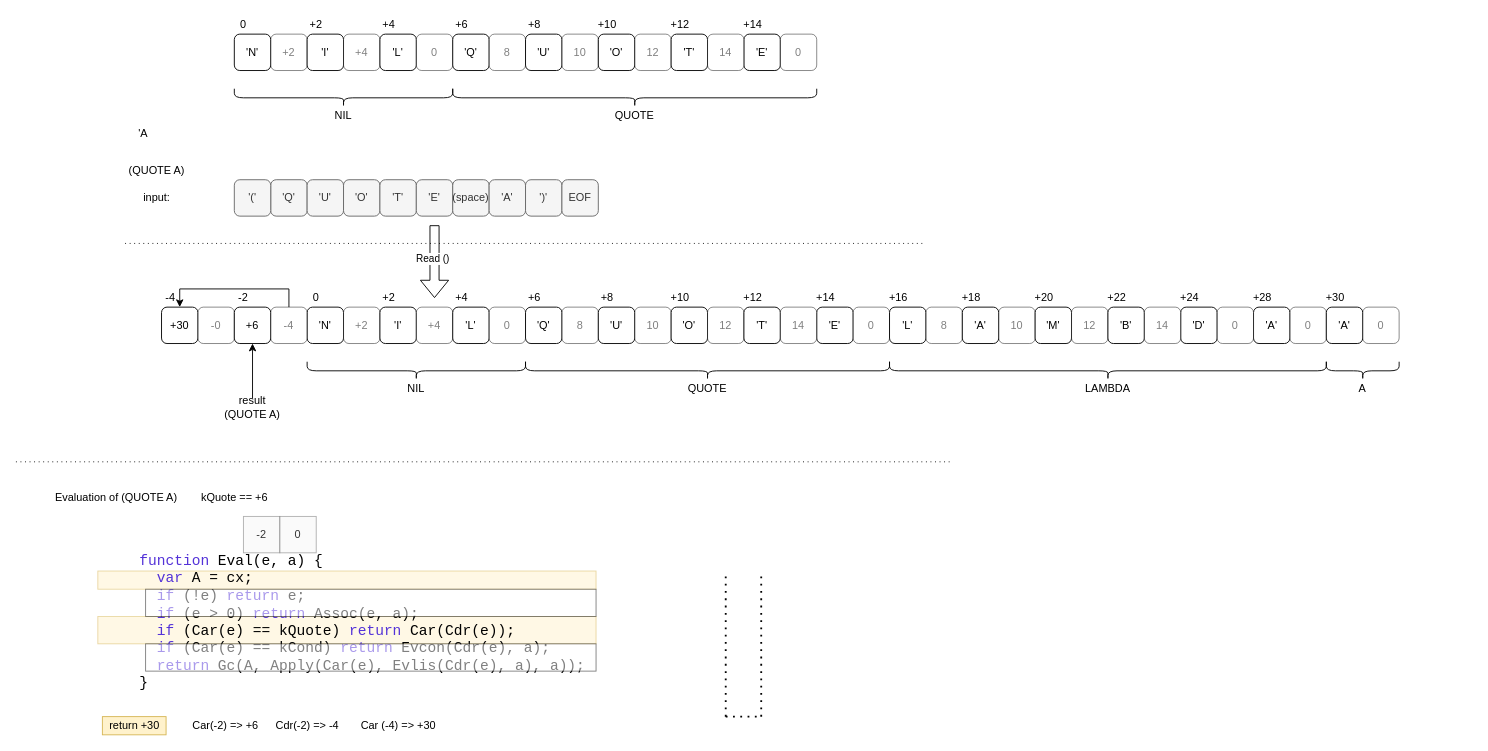
guitarvydas/ptsectorlisp keeps this draw.io diagram as page "example 1" (2 of 11) of SectorLisp.drawio. Above is the earlier version. Source tidied: cells renumbered, new cells numbered last; positions are measured from the earlier drawing's top-left corner, leaving out a move shared by most shapes. Both pictures are drawn from the tidied source at 91%, with x=0, y=0 at pixel (15, -85).
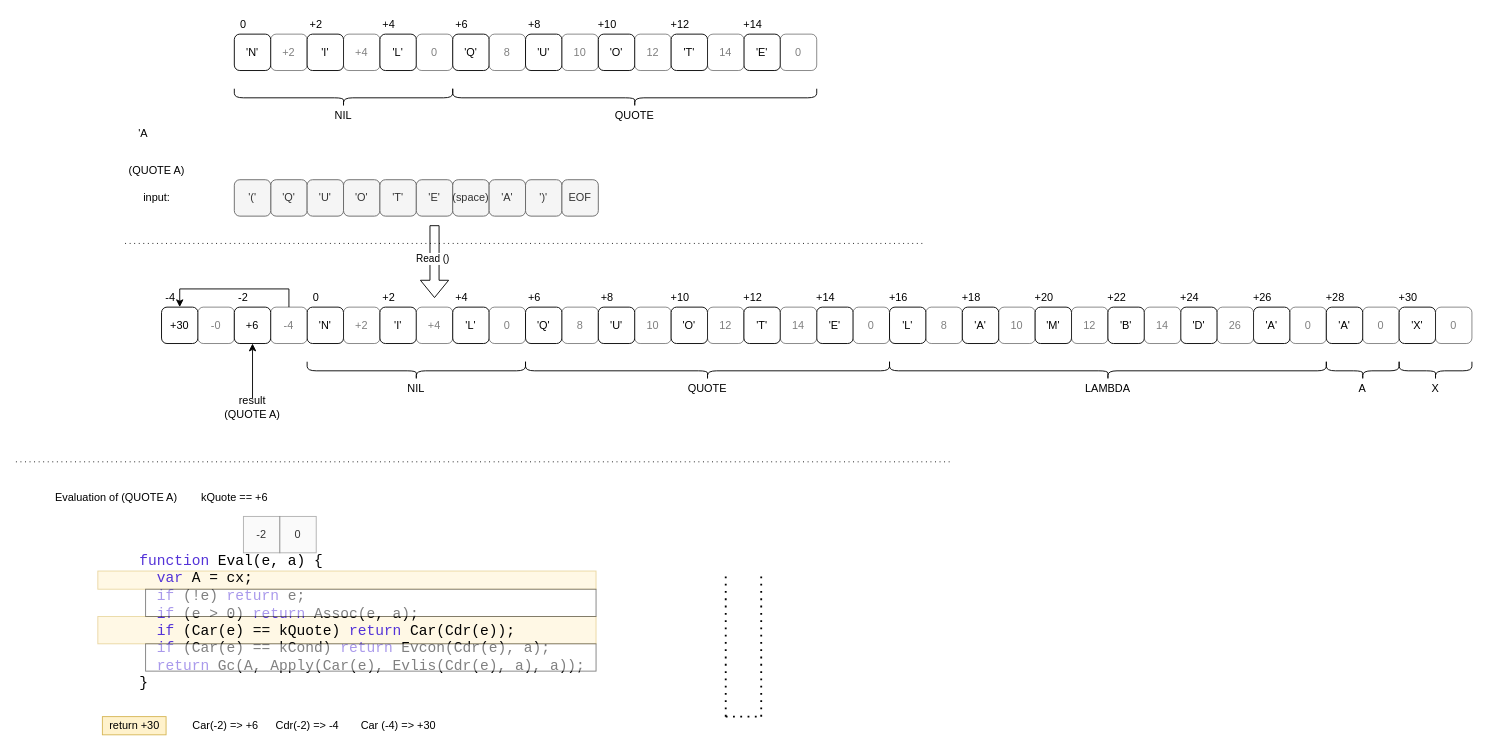
After the change.

What changed in the source:
```diff
@@
-    <mxCell id="81" value="+28" style="text;html=1;strokeColor=none;fillColor=none;align=center;verticalAlign=middle;whiteSpace=wrap;rounded=0;shadow=0;" parent="1" vertex="1">
+    <mxCell id="81" value="+26" style="text;html=1;strokeColor=none;fillColor=none;align=center;verticalAlign=middle;whiteSpace=wrap;rounded=0;shadow=0;" parent="1" vertex="1">
       <mxGeometry x="1360" y="410" width="20" height="20" as="geometry" />
     </mxCell>
@@
-    <mxCell id="111" value="0" style="rounded=1;whiteSpace=wrap;html=1;shadow=0;opacity=50;textOpacity=50;" parent="1" vertex="1">
+    <mxCell id="111" value="26" style="rounded=1;whiteSpace=wrap;html=1;shadow=0;opacity=50;textOpacity=50;" parent="1" vertex="1">
       <mxGeometry x="1320" y="430" width="40" height="40" as="geometry" />
     </mxCell>
@@
-    <mxCell id="125" value="+30" style="text;html=1;strokeColor=none;fillColor=none;align=center;verticalAlign=middle;whiteSpace=wrap;rounded=0;shadow=0;" parent="1" vertex="1">
+    <mxCell id="125" value="+28" style="text;html=1;strokeColor=none;fillColor=none;align=center;verticalAlign=middle;whiteSpace=wrap;rounded=0;shadow=0;" parent="1" vertex="1">
       <mxGeometry x="1440" y="410" width="20" height="20" as="geometry" />
     </mxCell>
+    <mxCell id="126" value="'X'" style="rounded=1;whiteSpace=wrap;html=1;shadow=0;" parent="1" vertex="1">
+      <mxGeometry x="1520" y="430" width="40" height="40" as="geometry" />
+    </mxCell>
+    <mxCell id="127" value="0" style="rounded=1;whiteSpace=wrap;html=1;shadow=0;textOpacity=50;opacity=50;" parent="1" vertex="1">
+      <mxGeometry x="1560" y="430" width="40" height="40" as="geometry" />
+    </mxCell>
+    <mxCell id="128" style="shape=curlyBracket;whiteSpace=wrap;html=1;rounded=1;flipH=1;shadow=0;rotation=90;" parent="1" vertex="1">
+      <mxGeometry x="1550" y="460" width="20" height="80" as="geometry" />
+    </mxCell>
+    <mxCell id="129" value="X" style="text;html=1;strokeColor=none;fillColor=none;align=center;verticalAlign=middle;whiteSpace=wrap;rounded=0;shadow=0;" parent="1" vertex="1">
+      <mxGeometry x="1540" y="510" width="40" height="20" as="geometry" />
+    </mxCell>
+    <mxCell id="130" value="+30" style="text;html=1;strokeColor=none;fillColor=none;align=center;verticalAlign=middle;whiteSpace=wrap;rounded=0;shadow=0;" parent="1" vertex="1">
+      <mxGeometry x="1520" y="410" width="20" height="20" as="geometry" />
+    </mxCell>
```
